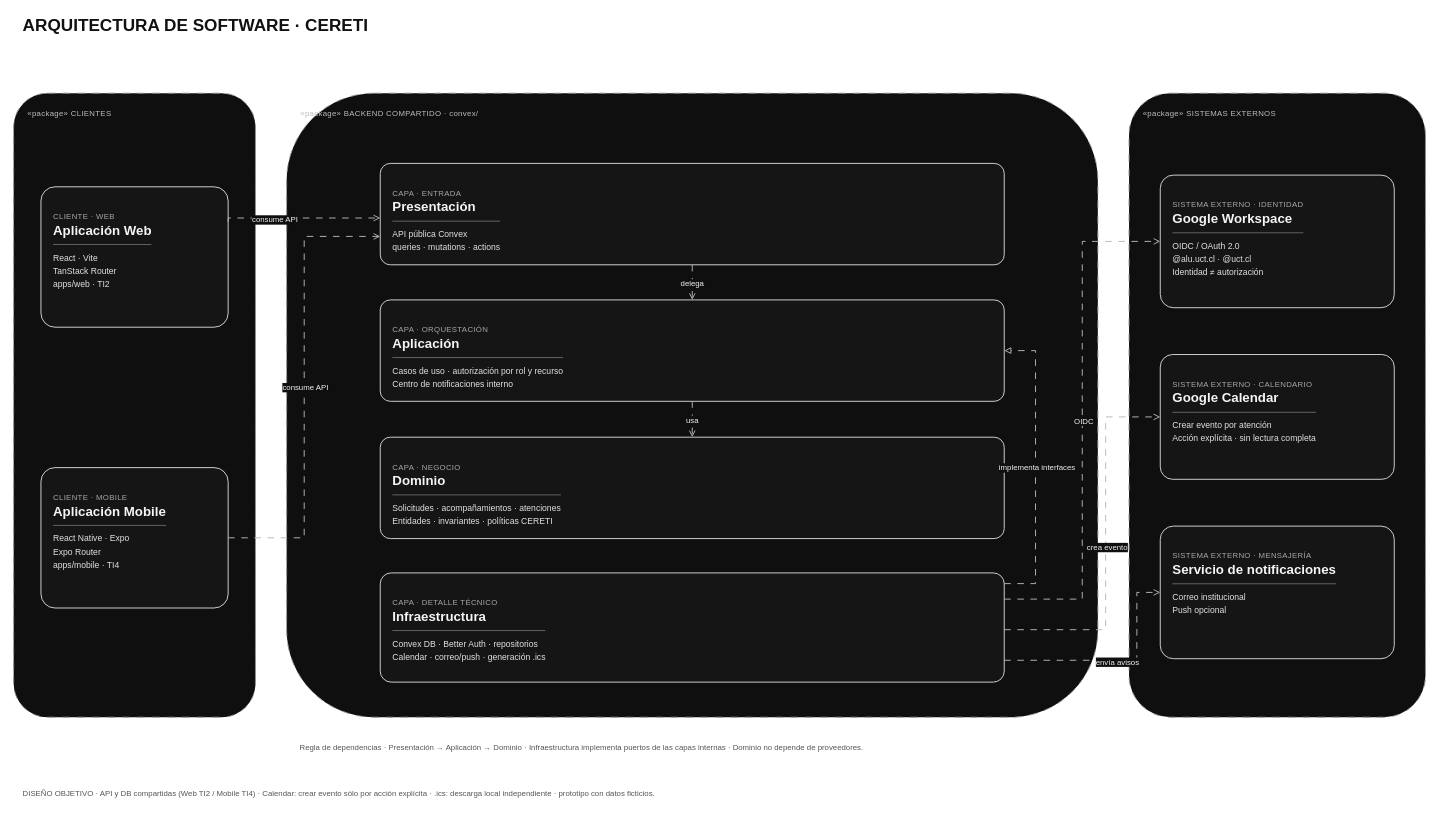
This is page "Arquitectura de software" (1 of 5) of docs/diagramas/integra4.drawio from FernandoValdes01/ceretime, a draw.io file, before an edit. Source tidied: cells renumbered, new cells numbered last; positions are measured from the earlier drawing's top-left corner, leaving out a move shared by most shapes. Both pictures are drawn from the tidied source at 78%, with x=0, y=0 at pixel (13, 13).
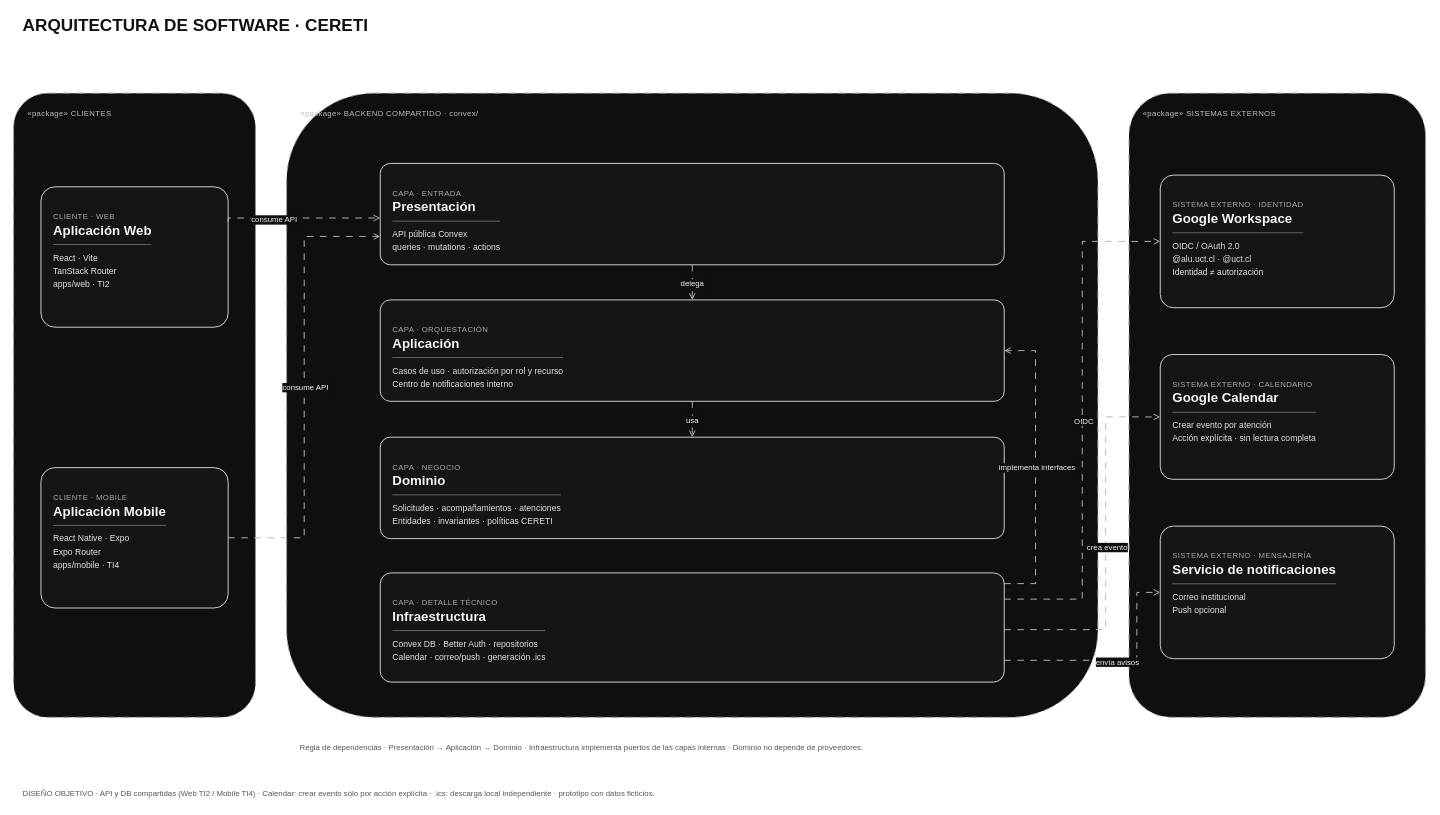
After the change.

Unchanged cells that the change refers to:
```xml
<mxCell id="6" value="&lt;div style=&quot;font-size: 10px; color: light-dark(rgb(167, 167, 167), rgb(167, 167, 167)); letter-spacing: 0.4px;&quot;&gt;CLIENTE · WEB&lt;/div&gt;&lt;div style=&quot;font-size:17px;font-weight:700;margin-top:2px;&quot;&gt;Aplicación Web&lt;/div&gt;&lt;hr style=&quot;border-width: 1px 0px 0px; border-style: solid none none; border-color: rgb(117, 117, 117) currentcolor currentcolor; border-image: none; margin: 7px 0px 8px;&quot;&gt;&lt;div style=&quot;font-size: 11px; line-height: 1.55; color: light-dark(rgb(226, 226, 226), rgb(226, 226, 226));&quot;&gt;React · Vite&lt;br&gt;TanStack Router&lt;br&gt;apps/web · TI2&lt;/div&gt;" style="rounded=1;arcSize=10;whiteSpace=wrap;html=1;fillColor=light-dark(#151515,#151515);strokeColor=light-dark(#D8D8D8,#D8D8D8);fontColor=light-dark(#F5F5F5,#F5F5F5);align=left;verticalAlign=top;spacing=16;spacingTop=12;fontFamily=Helvetica;fontSize=11;shadow=0;strokeWidth=1.2;" parent="1" vertex="1">
  <mxGeometry x="35" y="222" width="240" height="180" as="geometry" />
</mxCell>
<mxCell id="8" value="&lt;div style=&quot;font-size: 10px; color: light-dark(rgb(167, 167, 167), rgb(167, 167, 167)); letter-spacing: 0.4px;&quot;&gt;CAPA · ENTRADA&lt;/div&gt;&lt;div style=&quot;font-size:17px;font-weight:700;margin-top:2px;&quot;&gt;Presentación&lt;/div&gt;&lt;hr style=&quot;border-width: 1px 0px 0px; border-style: solid none none; border-color: rgb(117, 117, 117) currentcolor currentcolor; border-image: none; margin: 7px 0px 8px;&quot;&gt;&lt;div style=&quot;font-size: 11px; line-height: 1.55; color: light-dark(rgb(226, 226, 226), rgb(226, 226, 226));&quot;&gt;API pública Convex&lt;br&gt;queries · mutations · actions&lt;/div&gt;" style="rounded=1;arcSize=10;whiteSpace=wrap;html=1;fillColor=light-dark(#151515,#151515);strokeColor=light-dark(#D8D8D8,#D8D8D8);fontColor=light-dark(#F5F5F5,#F5F5F5);align=left;verticalAlign=top;spacing=16;spacingTop=12;fontFamily=Helvetica;fontSize=11;shadow=0;strokeWidth=1.2;" parent="1" vertex="1">
  <mxGeometry x="470" y="192" width="800" height="130" as="geometry" />
</mxCell>
<mxCell id="9" value="&lt;div style=&quot;font-size: 10px; color: light-dark(rgb(167, 167, 167), rgb(167, 167, 167)); letter-spacing: 0.4px;&quot;&gt;CAPA · ORQUESTACIÓN&lt;/div&gt;&lt;div style=&quot;font-size:17px;font-weight:700;margin-top:2px;&quot;&gt;Aplicación&lt;/div&gt;&lt;hr style=&quot;border-width: 1px 0px 0px; border-style: solid none none; border-color: rgb(117, 117, 117) currentcolor currentcolor; border-image: none; margin: 7px 0px 8px;&quot;&gt;&lt;div style=&quot;font-size: 11px; line-height: 1.55; color: light-dark(rgb(226, 226, 226), rgb(226, 226, 226));&quot;&gt;Casos de uso · autorización por rol y recurso&lt;br&gt;Centro de notificaciones interno&lt;/div&gt;" style="rounded=1;arcSize=10;whiteSpace=wrap;html=1;fillColor=light-dark(#151515,#151515);strokeColor=light-dark(#D8D8D8,#D8D8D8);fontColor=light-dark(#F5F5F5,#F5F5F5);align=left;verticalAlign=top;spacing=16;spacingTop=12;fontFamily=Helvetica;fontSize=11;shadow=0;strokeWidth=1.2;" parent="1" vertex="1">
  <mxGeometry x="470" y="367" width="800" height="130" as="geometry" />
</mxCell>
<mxCell id="11" value="&lt;div style=&quot;font-size: 10px; color: light-dark(rgb(167, 167, 167), rgb(167, 167, 167)); letter-spacing: 0.4px;&quot;&gt;CAPA · DETALLE TÉCNICO&lt;/div&gt;&lt;div style=&quot;font-size:17px;font-weight:700;margin-top:2px;&quot;&gt;Infraestructura&lt;/div&gt;&lt;hr style=&quot;border-width: 1px 0px 0px; border-style: solid none none; border-color: rgb(117, 117, 117) currentcolor currentcolor; border-image: none; margin: 7px 0px 8px;&quot;&gt;&lt;div style=&quot;font-size: 11px; line-height: 1.55; color: light-dark(rgb(226, 226, 226), rgb(226, 226, 226));&quot;&gt;Convex DB · Better Auth · repositorios&lt;br&gt;Calendar · correo/push · generación .ics&lt;/div&gt;" style="rounded=1;arcSize=10;whiteSpace=wrap;html=1;fillColor=light-dark(#151515,#151515);strokeColor=light-dark(#D8D8D8,#D8D8D8);fontColor=light-dark(#F5F5F5,#F5F5F5);align=left;verticalAlign=top;spacing=16;spacingTop=12;fontFamily=Helvetica;fontSize=11;shadow=0;strokeWidth=1.2;" parent="1" vertex="1">
  <mxGeometry x="470" y="717" width="800" height="140" as="geometry" />
</mxCell>
```

What changed in the source:
```diff
@@
-    <mxCell id="15" style="edgeStyle=orthogonalEdgeStyle;rounded=0;jettySize=auto;html=1;endArrow=open;endFill=0;startArrow=none;strokeColor=light-dark(#B8B8B8,#B8B8B8);strokeWidth=1.2;dashed=1;dashPattern=7 7;exitX=1;exitY=0.25;entryX=0;entryY=0.32;exitDx=0;exitDy=0;" parent="1" edge="1" source="6">
+    <mxCell id="15" style="edgeStyle=orthogonalEdgeStyle;rounded=0;jettySize=auto;html=1;endArrow=open;endFill=0;startArrow=none;strokeColor=light-dark(#B8B8B8,#B8B8B8);strokeWidth=1.2;dashed=1;dashPattern=7 7;exitX=1;exitY=0.25;entryX=0;entryY=0.32;exitDx=0;exitDy=0;entryX=0;entryY=0.5385;entryDx=0;entryDy=0;" parent="1" edge="1" source="6" target="8">
       <mxGeometry x="-0.36" relative="1" as="geometry">
-        <mxPoint x="470" y="262" as="targetPoint" />
         <Array as="points">
           <mxPoint x="275" y="262" />
         </Array>
       </mxGeometry>
     </mxCell>
@@
-    <mxCell id="23" style="edgeStyle=orthogonalEdgeStyle;rounded=0;jettySize=auto;html=1;endArrow=block;endFill=0;startArrow=none;strokeColor=light-dark(#B8B8B8,#B8B8B8);strokeWidth=1.2;dashed=1;dashPattern=7 7;exitX=1;exitY=0.098;entryX=1;entryY=0.5;entryDx=0;entryDy=0;exitDx=0;exitDy=0;exitPerimeter=0;" parent="1" edge="1" source="11" target="9">
+    <mxCell id="23" style="edgeStyle=orthogonalEdgeStyle;rounded=0;jettySize=auto;html=1;endArrow=open;endFill=0;startArrow=none;strokeColor=light-dark(#B8B8B8,#B8B8B8);strokeWidth=1.2;dashPattern=7 7;exitX=1;exitY=0.098;entryX=1;entryY=0.5;entryDx=0;entryDy=0;exitDx=0;exitDy=0;exitPerimeter=0;dashed=1;" parent="1" edge="1" source="11" target="9">
       <mxGeometry relative="1" as="geometry">
         <Array as="points">
           <mxPoint x="1310.1" y="730.7" />
           <mxPoint x="1310.1" y="432" />
         </Array>
       </mxGeometry>
     </mxCell>
```
